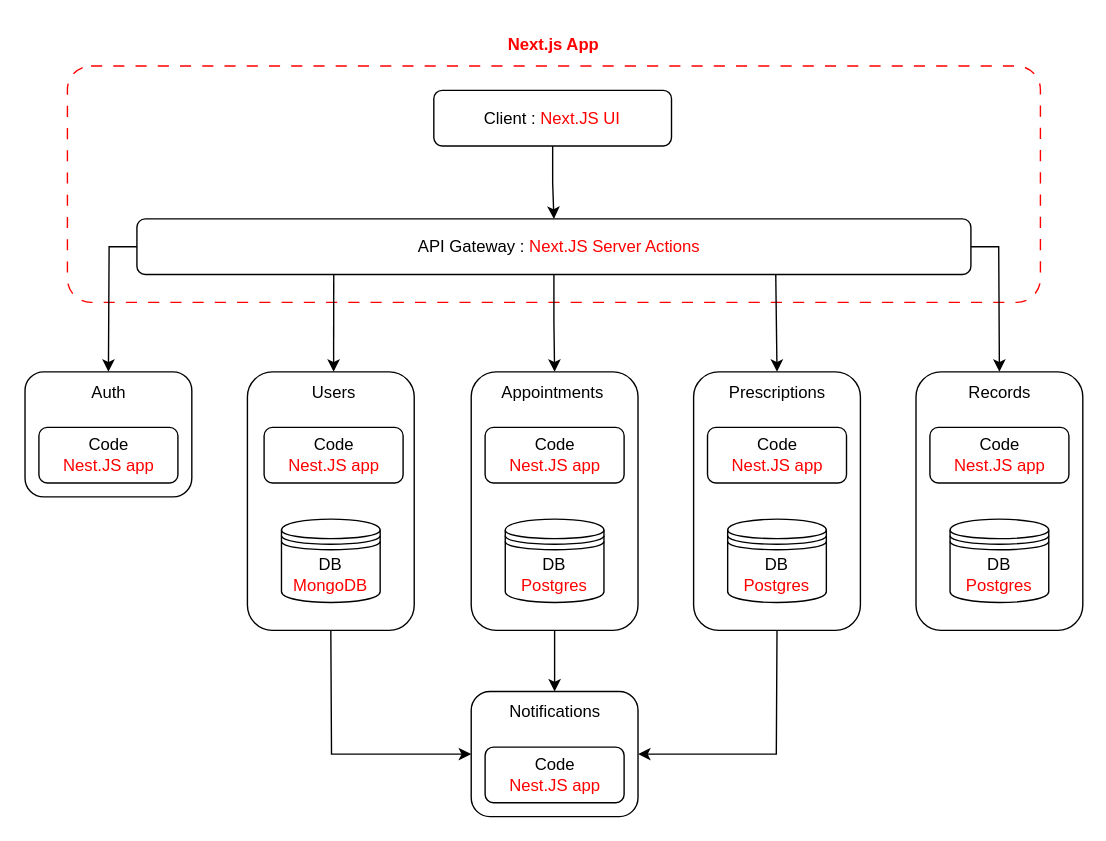
e-idrissa/sa-ass keeps this draw.io diagram as doc/diagrams/architecture.drawio. Above is the earlier version. Source tidied: cells renumbered, new cells numbered last; positions are measured from the earlier drawing's top-left corner, leaving out a move shared by most shapes. Both pictures are drawn from the tidied source at 139%, with x=0, y=0 at pixel (25, 24).
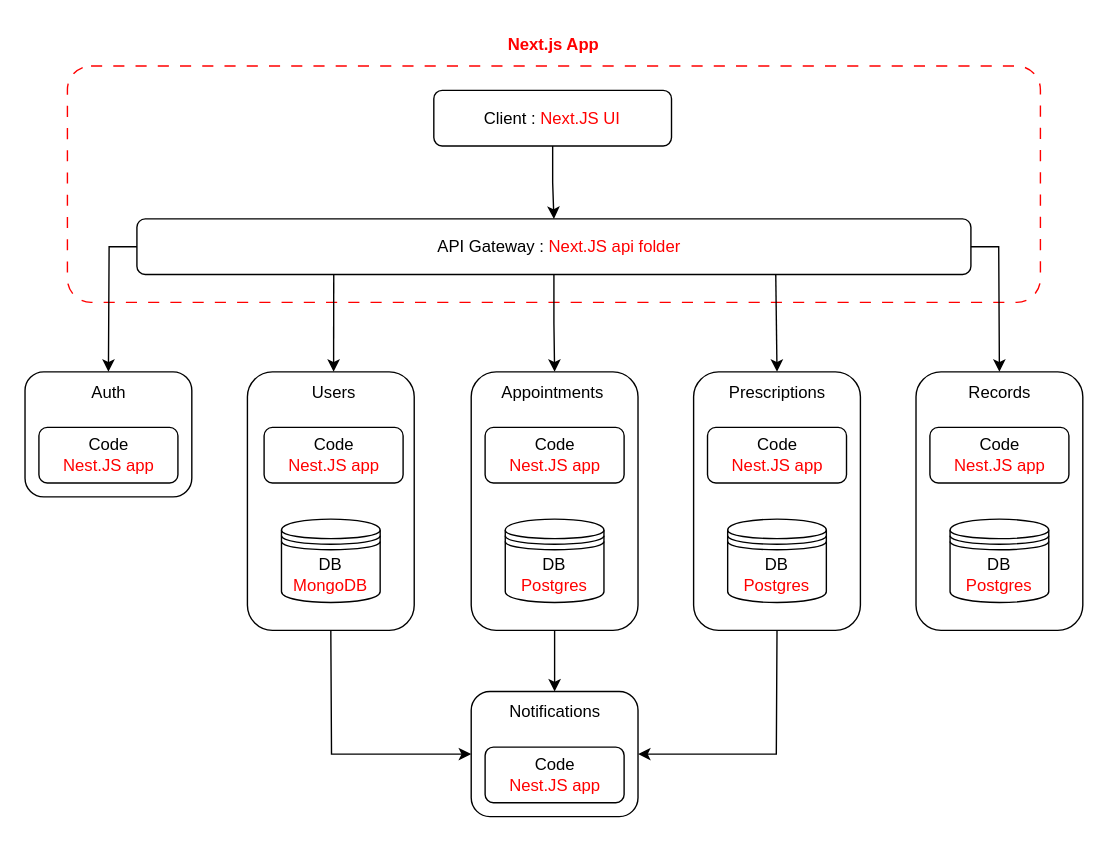
Above is the later version.

The change refers to these unchanged cells:
```xml
<mxCell id="10" style="group;" parent="2" vertex="1">
  <mxGeometry x="414.2" y="140" width="121" height="40" as="geometry" />
</mxCell>
```

The edit, as a diff of the source:
```diff
@@
-    <mxCell id="11" value="&lt;font face=&quot;Fira Code&quot;&gt;API Gateway : &lt;font style=&quot;color: rgb(255, 0, 0);&quot;&gt;Next.JS Server Actions&lt;/font&gt;&lt;/font&gt;" style="text;strokeColor=none;align=center;fillColor=none;html=1;verticalAlign=middle;whiteSpace=wrap;rounded=0;" parent="10" vertex="1">
+    <mxCell id="11" value="&lt;font face=&quot;Fira Code&quot;&gt;API Gateway : &lt;font style=&quot;color: rgb(255, 0, 0);&quot;&gt;Next.JS api folder&lt;/font&gt;&lt;/font&gt;" style="text;strokeColor=none;align=center;fillColor=none;html=1;verticalAlign=middle;whiteSpace=wrap;rounded=0;" parent="10" vertex="1">
       <mxGeometry x="-170" y="7.5" width="280.2" height="25" as="geometry" />
     </mxCell>
```
